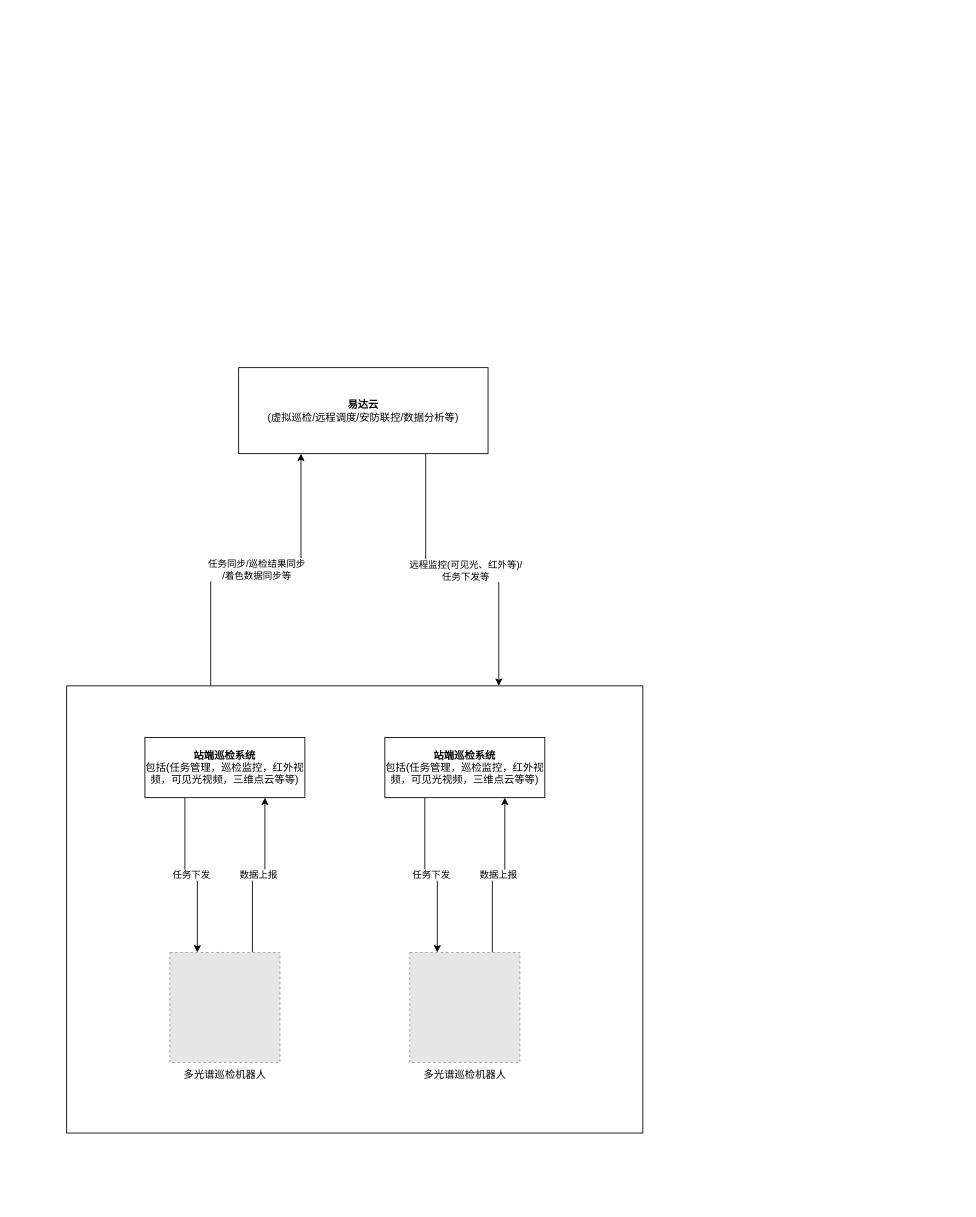
This is 西藏系统架构图.drawio from wangyufei0807/draw, a draw.io file, before an edit. Source tidied: cells renumbered, new cells numbered last; positions are measured from the earlier drawing's top-left corner, leaving out a move shared by most shapes. Both pictures are drawn from the tidied source at 86%, with x=0, y=0 at pixel (66, 367). Pictures stored in the file or linked from it are replaced by grey dashed boxes.
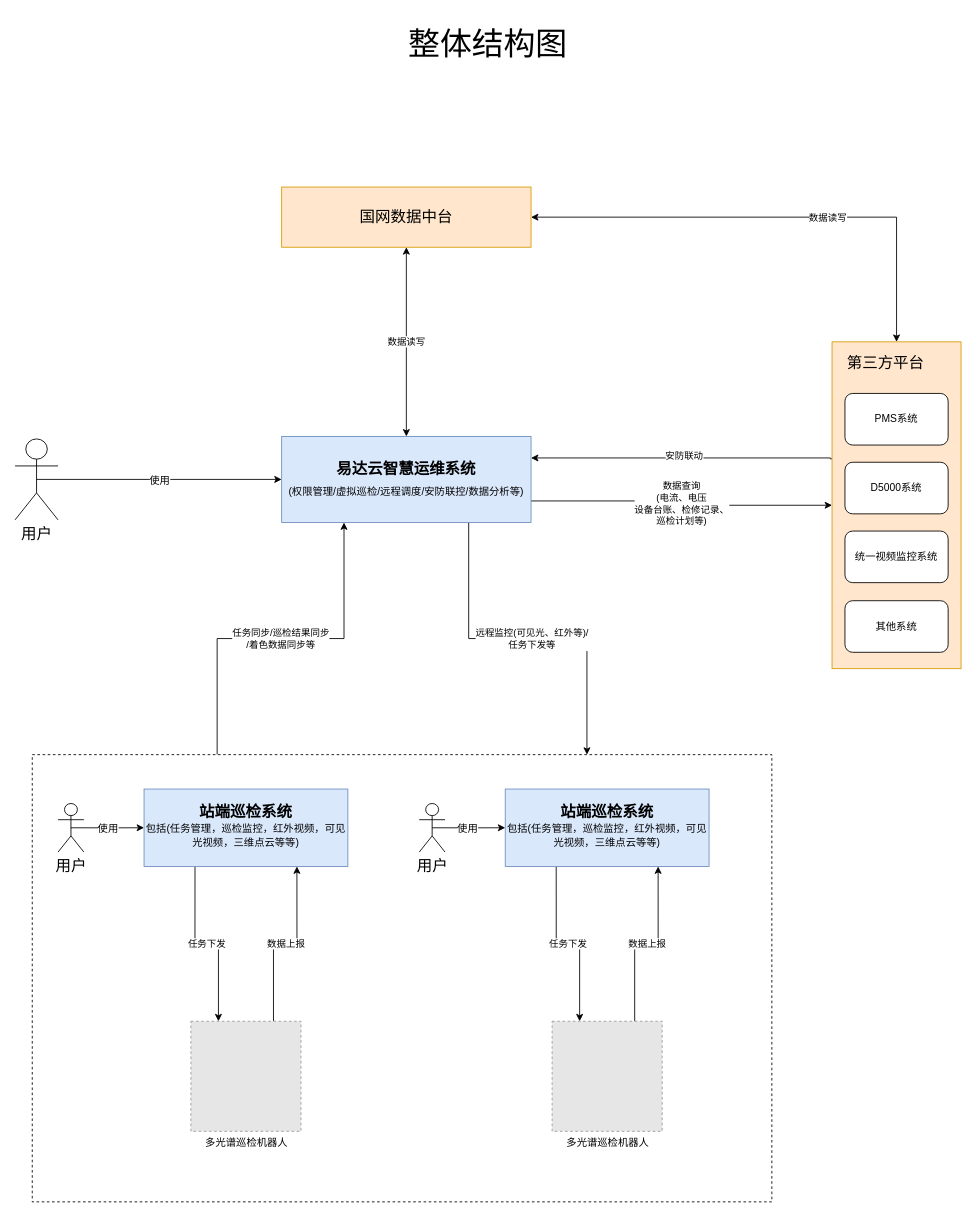
The same page after the edit.

Commit message (it also covers changes not shown here):
更新西藏系统架构图.drawio

Change to the diagram source:
```diff
@@
-    <mxCell id="3" style="rounded=0;whiteSpace=wrap;html=1;" parent="1" vertex="1">
-      <mxGeometry y="370" width="670" height="520" as="geometry" />
+    <mxCell id="3" style="rounded=0;whiteSpace=wrap;html=1;dashed=1;" parent="1" vertex="1">
+      <mxGeometry x="-40" y="450" width="860" height="520" as="geometry" />
     </mxCell>
@@
     <mxCell id="5" value="多光谱巡检机器人" style="fillColor=#E6E6E6;strokeColor=#999999;dashed=1;html=1;verticalAlign=top;verticalLabelPosition=bottom;labelBackgroundColor=#ffffff;" parent="1" vertex="1">
-      <mxGeometry x="120" y="680" width="128" height="128" as="geometry" />
+      <mxGeometry x="144.5" y="760" width="128" height="128" as="geometry" />
     </mxCell>
@@
-    <mxCell id="7" value="&lt;b&gt;站端巡检系统&lt;/b&gt;&lt;br&gt;包括(任务管理，巡检监控，红外视频，可见光视频，三维点云等等)" style="rounded=0;whiteSpace=wrap;html=1;" parent="1" vertex="1">
-      <mxGeometry x="91" y="430" width="186" height="70" as="geometry" />
+    <mxCell id="7" value="&lt;p style=&quot;line-height: 140%&quot;&gt;&lt;b&gt;&lt;font style=&quot;font-size: 18px&quot;&gt;站端巡检系统&lt;/font&gt;&lt;/b&gt;&lt;br&gt;包括(任务管理，巡检监控，红外视频，可见光视频，三维点云等等)&lt;/p&gt;" style="rounded=0;whiteSpace=wrap;html=1;fillColor=#dae8fc;strokeColor=#6c8ebf;" parent="1" vertex="1">
+      <mxGeometry x="90" y="490" width="237" height="90" as="geometry" />
     </mxCell>
+    <mxCell id="12" style="edgeStyle=orthogonalEdgeStyle;rounded=0;jettySize=auto;html=1;exitX=0.75;exitY=1;exitDx=0;exitDy=0;entryX=0.75;entryY=0;entryDx=0;entryDy=0;" parent="1" edge="1" source="14" target="3">
+      <mxGeometry relative="1" as="geometry" />
+    </mxCell>
+    <mxCell id="13" value="远程监控(可见光、红外等)/&lt;br&gt;任务下发等" style="edgeLabel;html=1;align=center;verticalAlign=middle;" parent="12" vertex="1">
+      <mxGeometry x="0.02" relative="1" as="geometry" />
+    </mxCell>
+    <mxCell id="15" value="数据查询&lt;br&gt;(电流、电压&lt;br&gt;设备台账、检修记录、&lt;br&gt;巡检计划等)" style="edgeStyle=orthogonalEdgeStyle;rounded=0;jettySize=auto;html=1;exitX=1;exitY=0.75;exitDx=0;exitDy=0;" parent="1" edge="1" source="14" target="21">
+      <mxGeometry relative="1" as="geometry" />
+    </mxCell>
+    <mxCell id="16" value="数据读写" style="edgeStyle=orthogonalEdgeStyle;rounded=0;jettySize=auto;html=1;exitX=0.5;exitY=0;exitDx=0;exitDy=0;startArrow=classic;startFill=1;" parent="1" edge="1" source="14" target="26">
+      <mxGeometry relative="1" as="geometry" />
+    </mxCell>
+    <mxCell id="14" value="&lt;p style=&quot;line-height: 200%&quot;&gt;&lt;b&gt;&lt;font style=&quot;font-size: 18px&quot;&gt;易达云智慧运维系统&lt;/font&gt;&lt;/b&gt;&lt;br&gt;(权限管理/虚拟巡检/远程调度/安防联控/数据分析等)&lt;/p&gt;" style="rounded=0;whiteSpace=wrap;html=1;fillColor=#dae8fc;strokeColor=#6c8ebf;" parent="1" vertex="1">
+      <mxGeometry x="250" y="80" width="290" height="100" as="geometry" />
+    </mxCell>
+    <mxCell id="17" style="edgeStyle=orthogonalEdgeStyle;rounded=0;jettySize=auto;html=1;entryX=1;entryY=0.25;entryDx=0;entryDy=0;exitX=0.001;exitY=0.358;exitDx=0;exitDy=0;exitPerimeter=0;" parent="1" edge="1" source="21" target="14">
+      <mxGeometry relative="1" as="geometry">
+        <Array as="points">
+          <mxPoint x="888" y="105" />
+        </Array>
+      </mxGeometry>
+    </mxCell>
+    <mxCell id="18" value="安防联动" style="edgeLabel;html=1;align=center;verticalAlign=middle;" parent="17" vertex="1">
+      <mxGeometry x="-0.01" y="-3" relative="1" as="geometry" />
+    </mxCell>
+    <mxCell id="19" style="edgeStyle=orthogonalEdgeStyle;rounded=0;jettySize=auto;html=1;exitX=0.5;exitY=0;exitDx=0;exitDy=0;entryX=1;entryY=0.5;entryDx=0;entryDy=0;startArrow=classic;startFill=1;strokeWidth=1;" parent="1" edge="1" source="21" target="26">
+      <mxGeometry relative="1" as="geometry" />
+    </mxCell>
+    <mxCell id="20" value="数据读写" style="edgeLabel;html=1;align=center;verticalAlign=middle;" parent="19" vertex="1">
+      <mxGeometry x="-0.17" y="34" relative="1" as="geometry">
+        <mxPoint x="11.2" y="-34" as="offset" />
+      </mxGeometry>
+    </mxCell>
+    <mxCell id="21" style="rounded=0;whiteSpace=wrap;html=1;fillColor=#ffe6cc;strokeColor=#d79b00;" parent="1" vertex="1">
+      <mxGeometry x="890" y="-30" width="150" height="380" as="geometry" />
+    </mxCell>
+    <mxCell id="22" value="PMS系统" style="rounded=1;whiteSpace=wrap;html=1;" parent="1" vertex="1">
+      <mxGeometry x="905" y="30" width="120" height="60" as="geometry" />
+    </mxCell>
+    <mxCell id="23" value="D5000系统" style="rounded=1;whiteSpace=wrap;html=1;" parent="1" vertex="1">
+      <mxGeometry x="905" y="110" width="120" height="60" as="geometry" />
+    </mxCell>
+    <mxCell id="24" value="统一视频监控系统" style="rounded=1;whiteSpace=wrap;html=1;" parent="1" vertex="1">
+      <mxGeometry x="905" y="190" width="120" height="60" as="geometry" />
+    </mxCell>
+    <mxCell id="25" value="其他系统" style="rounded=1;whiteSpace=wrap;html=1;" parent="1" vertex="1">
+      <mxGeometry x="905" y="271" width="120" height="60" as="geometry" />
+    </mxCell>
+    <mxCell id="26" value="&lt;font style=&quot;font-size: 18px&quot;&gt;国网数据中台&lt;/font&gt;" style="rounded=0;whiteSpace=wrap;html=1;fillColor=#ffe6cc;strokeColor=#d79b00;" parent="1" vertex="1">
+      <mxGeometry x="250" y="-210" width="290" height="70" as="geometry" />
+    </mxCell>
@@
     <mxCell id="9" value="多光谱巡检机器人" style="fillColor=#E6E6E6;strokeColor=#999999;dashed=1;html=1;verticalAlign=top;verticalLabelPosition=bottom;labelBackgroundColor=#ffffff;" parent="1" vertex="1">
-      <mxGeometry x="399" y="680" width="128" height="128" as="geometry" />
+      <mxGeometry x="564.5" y="760" width="128" height="128" as="geometry" />
     </mxCell>
@@
-    <mxCell id="11" value="&lt;b&gt;站端巡检系统&lt;/b&gt;&lt;br&gt;包括(任务管理，巡检监控，红外视频，可见光视频，三维点云等等)" style="rounded=0;whiteSpace=wrap;html=1;" parent="1" vertex="1">
-      <mxGeometry x="370" y="430" width="186" height="70" as="geometry" />
+    <mxCell id="11" value="&lt;p style=&quot;line-height: 140%&quot;&gt;&lt;b&gt;&lt;font style=&quot;font-size: 18px&quot;&gt;站端巡检系统&lt;/font&gt;&lt;/b&gt;&lt;br&gt;包括(任务管理，巡检监控，红外视频，可见光视频，三维点云等等)&lt;/p&gt;" style="rounded=0;whiteSpace=wrap;html=1;fillColor=#dae8fc;strokeColor=#6c8ebf;" parent="1" vertex="1">
+      <mxGeometry x="510" y="490" width="237" height="90" as="geometry" />
     </mxCell>
-    <mxCell id="12" style="edgeStyle=orthogonalEdgeStyle;rounded=0;jettySize=auto;html=1;exitX=0.75;exitY=1;exitDx=0;exitDy=0;entryX=0.75;entryY=0;entryDx=0;entryDy=0;" parent="1" edge="1" source="14" target="3">
-      <mxGeometry relative="1" as="geometry" />
-    </mxCell>
-    <mxCell id="13" value="远程监控(可见光、红外等)/&lt;br&gt;任务下发等" style="edgeLabel;html=1;align=center;verticalAlign=middle;" parent="12" vertex="1">
-      <mxGeometry x="0.02" relative="1" as="geometry" />
-    </mxCell>
-    <mxCell id="14" value="&lt;b&gt;易达云&lt;/b&gt;&lt;br&gt;(虚拟巡检/远程调度/安防联控/数据分析等)" style="rounded=0;whiteSpace=wrap;html=1;" parent="1" vertex="1">
-      <mxGeometry x="200" width="290" height="100" as="geometry" />
-    </mxCell>
+    <mxCell id="27" value="第三方平台" style="text;html=1;strokeColor=none;fillColor=none;align=center;verticalAlign=middle;whiteSpace=wrap;rounded=0;fontSize=18;" parent="1" vertex="1">
+      <mxGeometry x="905" y="-15" width="95" height="20" as="geometry" />
+    </mxCell>
+    <mxCell id="28" value="&lt;font style=&quot;font-size: 12px&quot;&gt;使用&lt;/font&gt;" style="edgeStyle=orthogonalEdgeStyle;rounded=0;jettySize=auto;html=1;exitX=0.5;exitY=0.5;exitDx=0;exitDy=0;exitPerimeter=0;startArrow=none;startFill=0;strokeWidth=1;fontSize=18;" parent="1" edge="1" source="29" target="14">
+      <mxGeometry relative="1" as="geometry" />
+    </mxCell>
+    <mxCell id="29" value="用户" style="shape=umlActor;verticalLabelPosition=bottom;labelBackgroundColor=#ffffff;verticalAlign=top;html=1;outlineConnect=0;fontSize=18;" parent="1" vertex="1">
+      <mxGeometry x="-60" y="82.9" width="50" height="94.1" as="geometry" />
+    </mxCell>
+    <mxCell id="30" value="&lt;font style=&quot;font-size: 12px&quot;&gt;使用&lt;/font&gt;" style="edgeStyle=orthogonalEdgeStyle;rounded=0;jettySize=auto;html=1;exitX=0.5;exitY=0.5;exitDx=0;exitDy=0;exitPerimeter=0;entryX=0;entryY=0.5;entryDx=0;entryDy=0;startArrow=none;startFill=0;strokeWidth=1;fontSize=18;" parent="1" edge="1" source="31" target="7">
+      <mxGeometry relative="1" as="geometry" />
+    </mxCell>
+    <mxCell id="31" value="用户" style="shape=umlActor;verticalLabelPosition=bottom;labelBackgroundColor=#ffffff;verticalAlign=top;html=1;outlineConnect=0;fontSize=18;" parent="1" vertex="1">
+      <mxGeometry x="-10" y="506.8" width="30" height="56.5" as="geometry" />
+    </mxCell>
+    <mxCell id="32" style="edgeStyle=orthogonalEdgeStyle;rounded=0;jettySize=auto;html=1;exitX=0.5;exitY=0.5;exitDx=0;exitDy=0;exitPerimeter=0;startArrow=none;startFill=0;strokeWidth=1;fontSize=18;" parent="1" edge="1" source="34" target="11">
+      <mxGeometry relative="1" as="geometry" />
+    </mxCell>
+    <mxCell id="33" value="使用" style="edgeLabel;html=1;align=center;verticalAlign=middle;fontSize=12;" parent="32" vertex="1">
+      <mxGeometry x="-0.03" relative="1" as="geometry" />
+    </mxCell>
+    <mxCell id="34" value="用户" style="shape=umlActor;verticalLabelPosition=bottom;labelBackgroundColor=#ffffff;verticalAlign=top;html=1;outlineConnect=0;fontSize=18;" parent="1" vertex="1">
+      <mxGeometry x="410" y="506.8" width="30" height="56.5" as="geometry" />
+    </mxCell>
+    <mxCell id="35" value="整体结构图" style="text;html=1;strokeColor=none;fillColor=none;align=center;verticalAlign=middle;whiteSpace=wrap;rounded=0;dashed=1;fontSize=37;" parent="1" vertex="1">
+      <mxGeometry x="220" y="-410" width="540" height="70" as="geometry" />
+    </mxCell>
```
